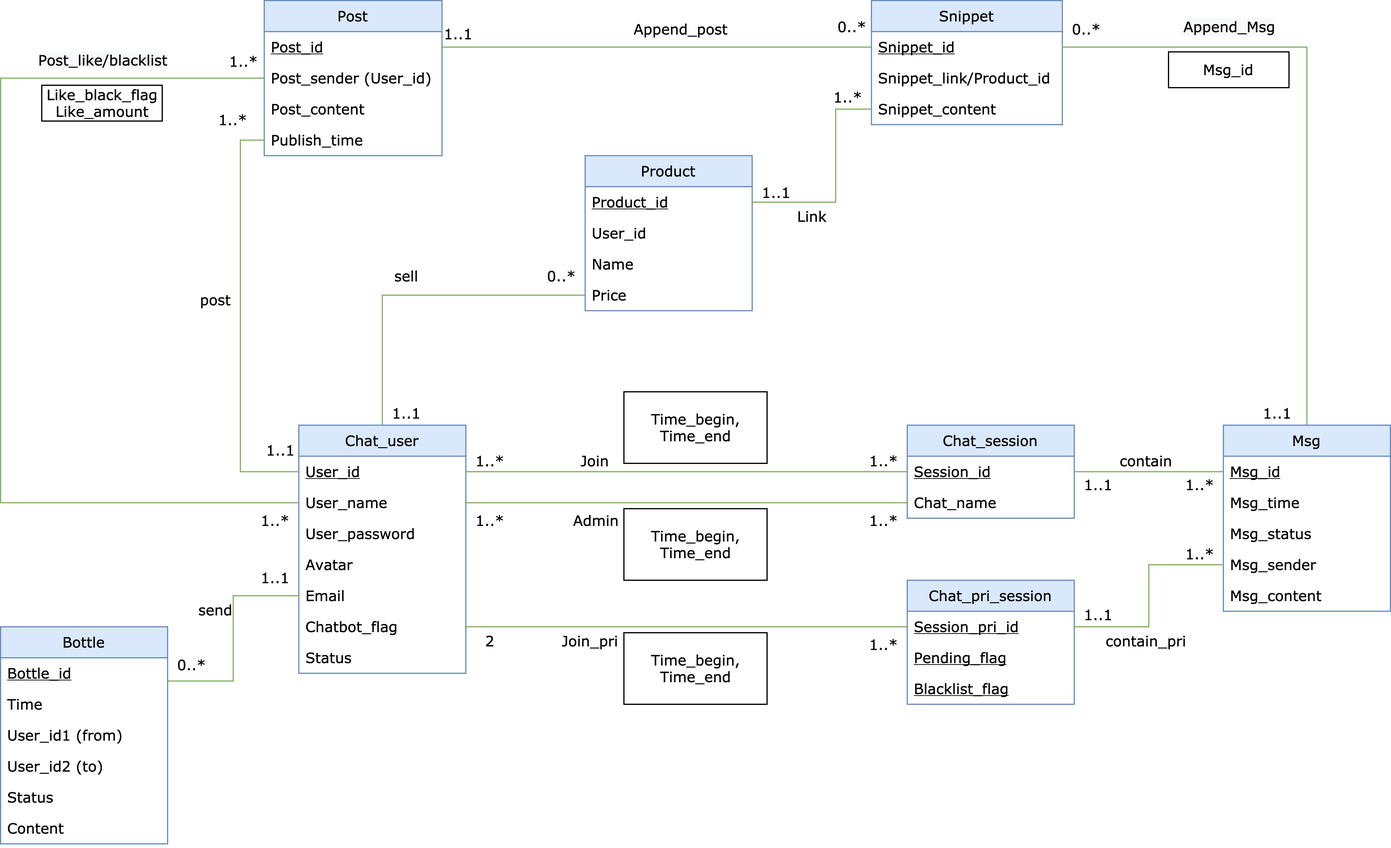
Earlier version of the draw.io export doc/UML.png (BiEchi/WechAt). Source tidied: cells renumbered, new cells last; positions are measured from the earlier drawing's top-left corner, leaving out a move shared by most shapes.
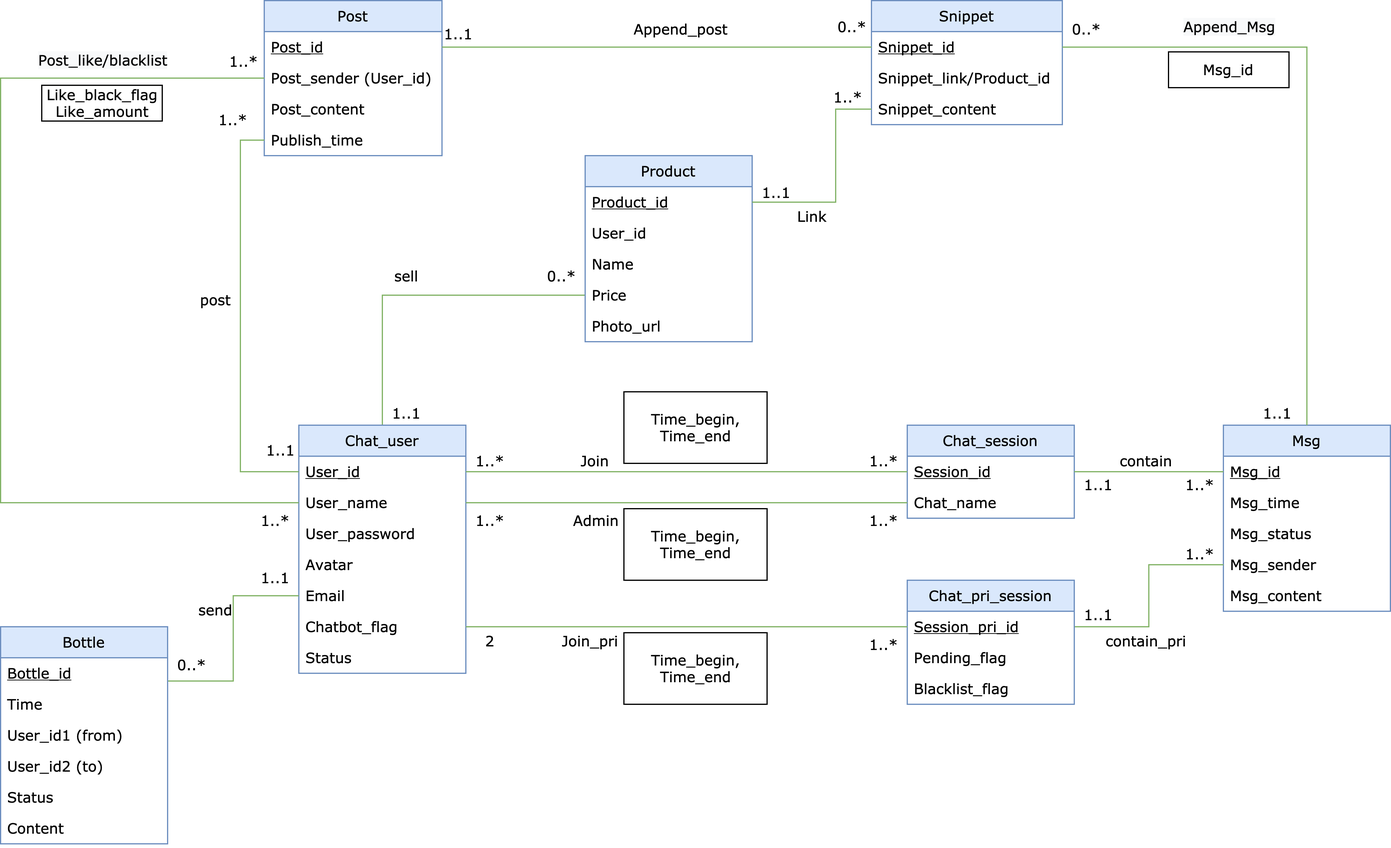
The same diagram one commit later.

What changed in the source:
```diff
@@ -147,7 +147,7 @@
       <mxGeometry relative="1" as="geometry" />
     </mxCell>
     <mxCell id="45" value="Product" style="swimlane;fontStyle=0;horizontal=1;startSize=26;fillColor=#dae8fc;fontFamily=Verdana;strokeColor=#6c8ebf;" parent="1" vertex="1">
-      <mxGeometry x="490" y="130" width="140" height="130" as="geometry" />
+      <mxGeometry x="490" y="130" width="140" height="156" as="geometry" />
     </mxCell>
     <mxCell id="46" value="Product_id" style="text;strokeColor=none;fillColor=none;align=left;verticalAlign=top;spacingLeft=4;spacingRight=4;overflow=hidden;points=[[0,0.5],[1,0.5]];portConstraint=eastwest;fontStyle=4;fontFamily=Verdana;" parent="45" vertex="1">
       <mxGeometry y="26" width="140" height="26" as="geometry" />
@@ -161,6 +161,9 @@
     <mxCell id="49" value="Price" style="text;strokeColor=none;fillColor=none;align=left;verticalAlign=top;spacingLeft=4;spacingRight=4;overflow=hidden;fontFamily=Verdana;" parent="45" vertex="1">
       <mxGeometry y="104" width="140" height="26" as="geometry" />
     </mxCell>
+    <mxCell id="97" value="Photo_url" style="text;strokeColor=none;fillColor=none;align=left;verticalAlign=top;spacingLeft=4;spacingRight=4;overflow=hidden;fontFamily=Verdana;" parent="45" vertex="1">
+      <mxGeometry y="130" width="140" height="26" as="geometry" />
+    </mxCell>
     <mxCell id="50" style="edgeStyle=orthogonalEdgeStyle;rounded=0;jettySize=auto;html=1;exitX=1;exitY=0.25;exitDx=0;exitDy=0;entryX=0;entryY=0.5;entryDx=0;entryDy=0;endArrow=none;endFill=0;fontFamily=Verdana;fontStyle=1;fillColor=#d5e8d4;strokeColor=#82b366;" parent="1" edge="1" source="51" target="8">
       <mxGeometry relative="1" as="geometry" />
     </mxCell>
@@ -286,10 +289,10 @@
     <mxCell id="89" value="Session_pri_id" style="text;strokeColor=none;fillColor=none;align=left;verticalAlign=top;spacingLeft=4;spacingRight=4;overflow=hidden;points=[[0,0.5],[1,0.5]];portConstraint=eastwest;fontStyle=4;fontFamily=Verdana;" parent="88" vertex="1">
       <mxGeometry y="26" width="140" height="26" as="geometry" />
     </mxCell>
-    <mxCell id="90" value="Pending_flag" style="text;strokeColor=none;fillColor=none;align=left;verticalAlign=top;spacingLeft=4;spacingRight=4;overflow=hidden;fontStyle=4;fontFamily=Verdana;" parent="88" vertex="1">
+    <mxCell id="90" value="Pending_flag" style="text;strokeColor=none;fillColor=none;align=left;verticalAlign=top;spacingLeft=4;spacingRight=4;overflow=hidden;fontStyle=0;fontFamily=Verdana;" parent="88" vertex="1">
       <mxGeometry y="52" width="140" height="26" as="geometry" />
     </mxCell>
-    <mxCell id="91" value="Blacklist_flag" style="text;strokeColor=none;fillColor=none;align=left;verticalAlign=top;spacingLeft=4;spacingRight=4;overflow=hidden;fontStyle=4;fontFamily=Verdana;" parent="88" vertex="1">
+    <mxCell id="91" value="Blacklist_flag" style="text;strokeColor=none;fillColor=none;align=left;verticalAlign=top;spacingLeft=4;spacingRight=4;overflow=hidden;fontStyle=0;fontFamily=Verdana;" parent="88" vertex="1">
       <mxGeometry y="78" width="140" height="26" as="geometry" />
     </mxCell>
     <mxCell id="92" style="edgeStyle=orthogonalEdgeStyle;rounded=0;jettySize=auto;html=1;exitX=1;exitY=0.5;exitDx=0;exitDy=0;fillColor=#d5e8d4;strokeColor=#82b366;endArrow=none;endFill=0;" parent="1" edge="1" source="9">
```
